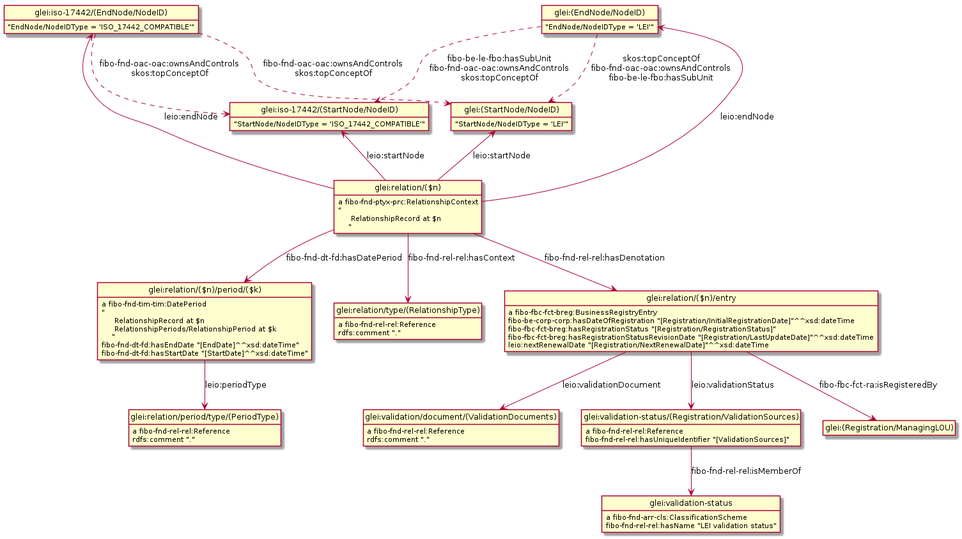
Above: GLEI-2.1-FIBO-Who-owns-whom.png in Ontotext-AD/GLEI (PlantUML), before the change.
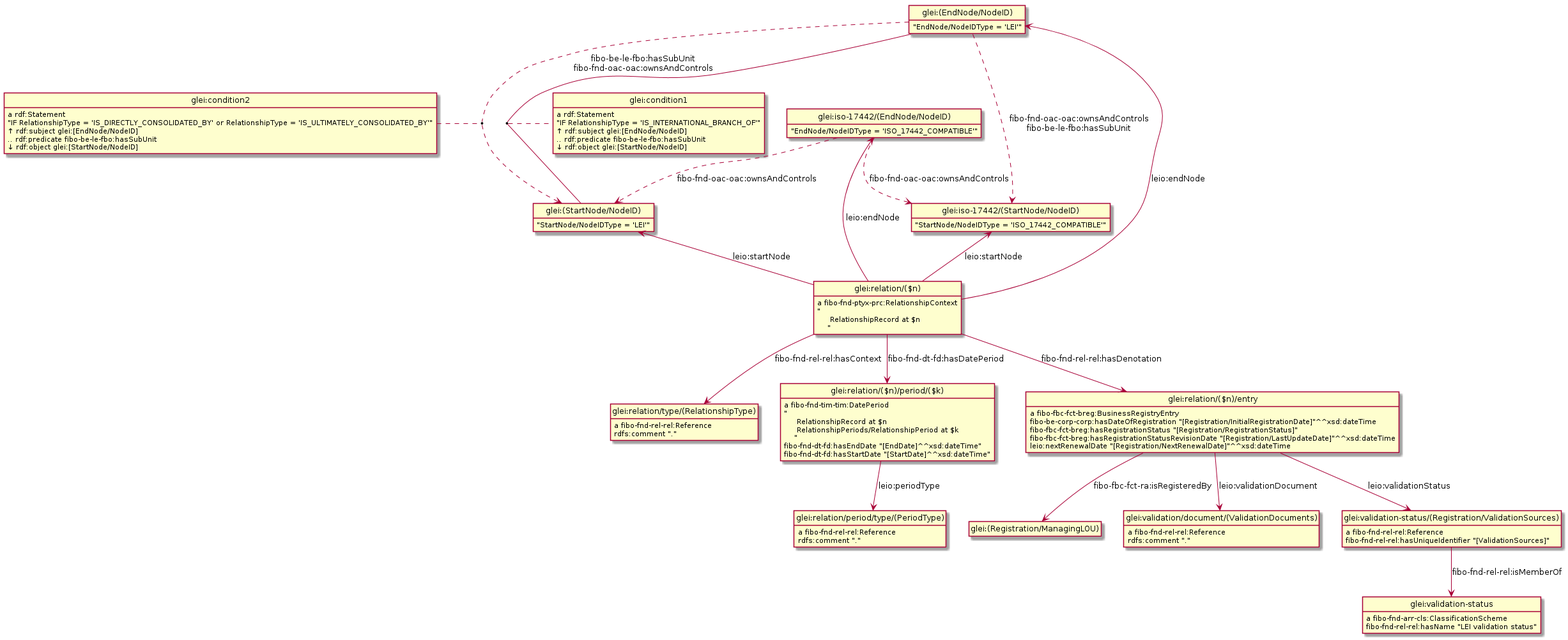
Above is the later version.

The edit, as a diff of the source:
```diff
@@ -3,51 +3,52 @@
 hide empty attributes
 hide circle
 skinparam classAttributeIconSize 0
+class glei_iso_17442_EndNode_NodeID_ as "glei:iso-17442/(EndNode/NodeID)"
 class glei_iso_17442_StartNode_NodeID_ as "glei:iso-17442/(StartNode/NodeID)"
+glei_iso_17442_EndNode_NodeID_ ..> glei_iso_17442_StartNode_NodeID_ : fibo-fnd-oac-oac:ownsAndControls
+class glei_StartNode_NodeID_ as "glei:(StartNode/NodeID)"
+glei_iso_17442_EndNode_NodeID_ ..> glei_StartNode_NodeID_ : fibo-fnd-oac-oac:ownsAndControls
+glei_iso_17442_EndNode_NodeID_ :  "EndNode/NodeIDType = 'ISO_17442_COMPATIBLE'"
+class glei_validation_status as "glei:validation-status"
+glei_validation_status : a fibo-fnd-arr-cls:ClassificationScheme
+glei_validation_status : fibo-fnd-rel-rel:hasName "LEI validation status"
+class glei_relation_type_RelationshipType_ as "glei:relation/type/(RelationshipType)"
+glei_relation_type_RelationshipType_ : a fibo-fnd-rel-rel:Reference
+glei_relation_type_RelationshipType_ : rdfs:comment "."
+class glei_condition1 as "glei:condition1"
+glei_condition1 : a rdf:Statement
+glei_condition1 :  "IF RelationshipType = 'IS_INTERNATIONAL_BRANCH_OF'"
+glei_StartNode_NodeID_ :  "StartNode/NodeIDType = 'LEI'"
+class glei_relation_n_ as "glei:relation/($n)"
+glei_relation_n_ : a fibo-fnd-ptyx-prc:RelationshipContext
+class glei_relation_n_period_k_ as "glei:relation/($n)/period/($k)"
+glei_relation_n_ --> glei_relation_n_period_k_ : fibo-fnd-dt-fd:hasDatePeriod
+class glei_relation_n_entry as "glei:relation/($n)/entry"
+glei_relation_n_ --> glei_relation_n_entry : fibo-fnd-rel-rel:hasDenotation
+glei_relation_n_ -up-> glei_iso_17442_StartNode_NodeID_ : leio:startNode
+class glei_EndNode_NodeID_ as "glei:(EndNode/NodeID)"
+glei_relation_n_ -up-> glei_EndNode_NodeID_ : leio:endNode
+glei_relation_n_ -up-> glei_StartNode_NodeID_ : leio:startNode
+glei_relation_n_ --> glei_relation_type_RelationshipType_ : fibo-fnd-rel-rel:hasContext
+glei_relation_n_ -up-> glei_iso_17442_EndNode_NodeID_ : leio:endNode
+glei_relation_n_ :  "\n     RelationshipRecord at $n\n    "
+glei_EndNode_NodeID_ ..> glei_iso_17442_StartNode_NodeID_ : fibo-fnd-oac-oac:ownsAndControls\nfibo-be-le-fbo:hasSubUnit
+glei_EndNode_NodeID_ ..> glei_StartNode_NodeID_ : fibo-be-le-fbo:hasSubUnit\nfibo-fnd-oac-oac:ownsAndControls
+glei_EndNode_NodeID_ :  "EndNode/NodeIDType = 'LEI'"
 glei_iso_17442_StartNode_NodeID_ :  "StartNode/NodeIDType = 'ISO_17442_COMPATIBLE'"
-class glei_EndNode_NodeID_ as "glei:(EndNode/NodeID)"
-glei_EndNode_NodeID_ ..> glei_iso_17442_StartNode_NodeID_ : fibo-be-le-fbo:hasSubUnit\nfibo-fnd-oac-oac:ownsAndControls\nskos:topConceptOf
-class glei_StartNode_NodeID_ as "glei:(StartNode/NodeID)"
-glei_EndNode_NodeID_ ..> glei_StartNode_NodeID_ : skos:topConceptOf\nfibo-fnd-oac-oac:ownsAndControls\nfibo-be-le-fbo:hasSubUnit
-glei_EndNode_NodeID_ :  "EndNode/NodeIDType = 'LEI'"
-glei_StartNode_NodeID_ :  "StartNode/NodeIDType = 'LEI'"
+class glei_condition2 as "glei:condition2"
+glei_condition2 : a rdf:Statement
+glei_condition2 :  "IF RelationshipType = 'IS_DIRECTLY_CONSOLIDATED_BY' or RelationshipType = 'IS_ULTIMATELY_CONSOLIDATED_BY'"
 class glei_validation_document_ValidationDocuments_ as "glei:validation/document/(ValidationDocuments)"
 glei_validation_document_ValidationDocuments_ : a fibo-fnd-rel-rel:Reference
 glei_validation_document_ValidationDocuments_ : rdfs:comment "."
-class glei_validation_status as "glei:validation-status"
-glei_validation_status : a fibo-fnd-arr-cls:ClassificationScheme
-glei_validation_status : fibo-fnd-rel-rel:hasName "LEI validation status"
 class glei_validation_status_Registration_ValidationSources_ as "glei:validation-status/(Registration/ValidationSources)"
 glei_validation_status_Registration_ValidationSources_ : a fibo-fnd-rel-rel:Reference
 glei_validation_status_Registration_ValidationSources_ --> glei_validation_status : fibo-fnd-rel-rel:isMemberOf
 glei_validation_status_Registration_ValidationSources_ : fibo-fnd-rel-rel:hasUniqueIdentifier "[ValidationSources]"
-class glei_iso_17442_EndNode_NodeID_ as "glei:iso-17442/(EndNode/NodeID)"
-glei_iso_17442_EndNode_NodeID_ ..> glei_StartNode_NodeID_ : fibo-fnd-oac-oac:ownsAndControls\nskos:topConceptOf
-glei_iso_17442_EndNode_NodeID_ ..> glei_iso_17442_StartNode_NodeID_ : fibo-fnd-oac-oac:ownsAndControls\nskos:topConceptOf
-glei_iso_17442_EndNode_NodeID_ :  "EndNode/NodeIDType = 'ISO_17442_COMPATIBLE'"
-class glei_relation_n_period_k_ as "glei:relation/($n)/period/($k)"
-glei_relation_n_period_k_ : a fibo-fnd-tim-tim:DatePeriod
 class glei_relation_period_type_PeriodType_ as "glei:relation/period/type/(PeriodType)"
-glei_relation_n_period_k_ --> glei_relation_period_type_PeriodType_ : leio:periodType
-glei_relation_n_period_k_ :  "\n     RelationshipRecord at $n\n     RelationshipPeriods/RelationshipPeriod at $k\n    "
-glei_relation_n_period_k_ : fibo-fnd-dt-fd:hasEndDate "[EndDate]^^xsd:dateTime"
-glei_relation_n_period_k_ : fibo-fnd-dt-fd:hasStartDate "[StartDate]^^xsd:dateTime"
-class glei_relation_type_RelationshipType_ as "glei:relation/type/(RelationshipType)"
-glei_relation_type_RelationshipType_ : a fibo-fnd-rel-rel:Reference
-glei_relation_type_RelationshipType_ : rdfs:comment "."
 glei_relation_period_type_PeriodType_ : a fibo-fnd-rel-rel:Reference
 glei_relation_period_type_PeriodType_ : rdfs:comment "."
-class glei_relation_n_ as "glei:relation/($n)"
-glei_relation_n_ : a fibo-fnd-ptyx-prc:RelationshipContext
-glei_relation_n_ -up-> glei_StartNode_NodeID_ : leio:startNode
-glei_relation_n_ -up-> glei_iso_17442_StartNode_NodeID_ : leio:startNode
-glei_relation_n_ -up-> glei_EndNode_NodeID_ : leio:endNode
-class glei_relation_n_entry as "glei:relation/($n)/entry"
-glei_relation_n_ --> glei_relation_n_entry : fibo-fnd-rel-rel:hasDenotation
-glei_relation_n_ -up-> glei_iso_17442_EndNode_NodeID_ : leio:endNode
-glei_relation_n_ --> glei_relation_n_period_k_ : fibo-fnd-dt-fd:hasDatePeriod
-glei_relation_n_ --> glei_relation_type_RelationshipType_ : fibo-fnd-rel-rel:hasContext
-glei_relation_n_ :  "\n     RelationshipRecord at $n\n    "
 glei_relation_n_entry : a fibo-fbc-fct-breg:BusinessRegistryEntry
 class glei_Registration_ManagingLOU_ as "glei:(Registration/ManagingLOU)"
 glei_relation_n_entry --> glei_Registration_ManagingLOU_ : fibo-fbc-fct-ra:isRegisteredBy
@@ -57,4 +58,17 @@
 glei_relation_n_entry : fibo-fbc-fct-breg:hasRegistrationStatus "[Registration/RegistrationStatus]"
 glei_relation_n_entry : fibo-fbc-fct-breg:hasRegistrationStatusRevisionDate "[Registration/LastUpdateDate]"^^xsd:dateTime
 glei_relation_n_entry : leio:nextRenewalDate "[Registration/NextRenewalDate]"^^xsd:dateTime
+glei_relation_n_period_k_ : a fibo-fnd-tim-tim:DatePeriod
+glei_relation_n_period_k_ --> glei_relation_period_type_PeriodType_ : leio:periodType
+glei_relation_n_period_k_ :  "\n     RelationshipRecord at $n\n     RelationshipPeriods/RelationshipPeriod at $k\n    "
+glei_relation_n_period_k_ : fibo-fnd-dt-fd:hasEndDate "[EndDate]^^xsd:dateTime"
+glei_relation_n_period_k_ : fibo-fnd-dt-fd:hasStartDate "[StartDate]^^xsd:dateTime"
+(glei_EndNode_NodeID_, glei_StartNode_NodeID_) . glei_condition2
+glei_condition2 : ? rdf:subject glei:[EndNode/NodeID]
+glei_condition2 : .. rdf:predicate fibo-be-le-fbo:hasSubUnit
+glei_condition2 : ? rdf:object glei:[StartNode/NodeID]
+(glei_EndNode_NodeID_, glei_StartNode_NodeID_) . glei_condition1
+glei_condition1 : ? rdf:subject glei:[EndNode/NodeID]
+glei_condition1 : .. rdf:predicate fibo-be-le-fbo:hasSubUnit
+glei_condition1 : ? rdf:object glei:[StartNode/NodeID]
 @enduml
```
